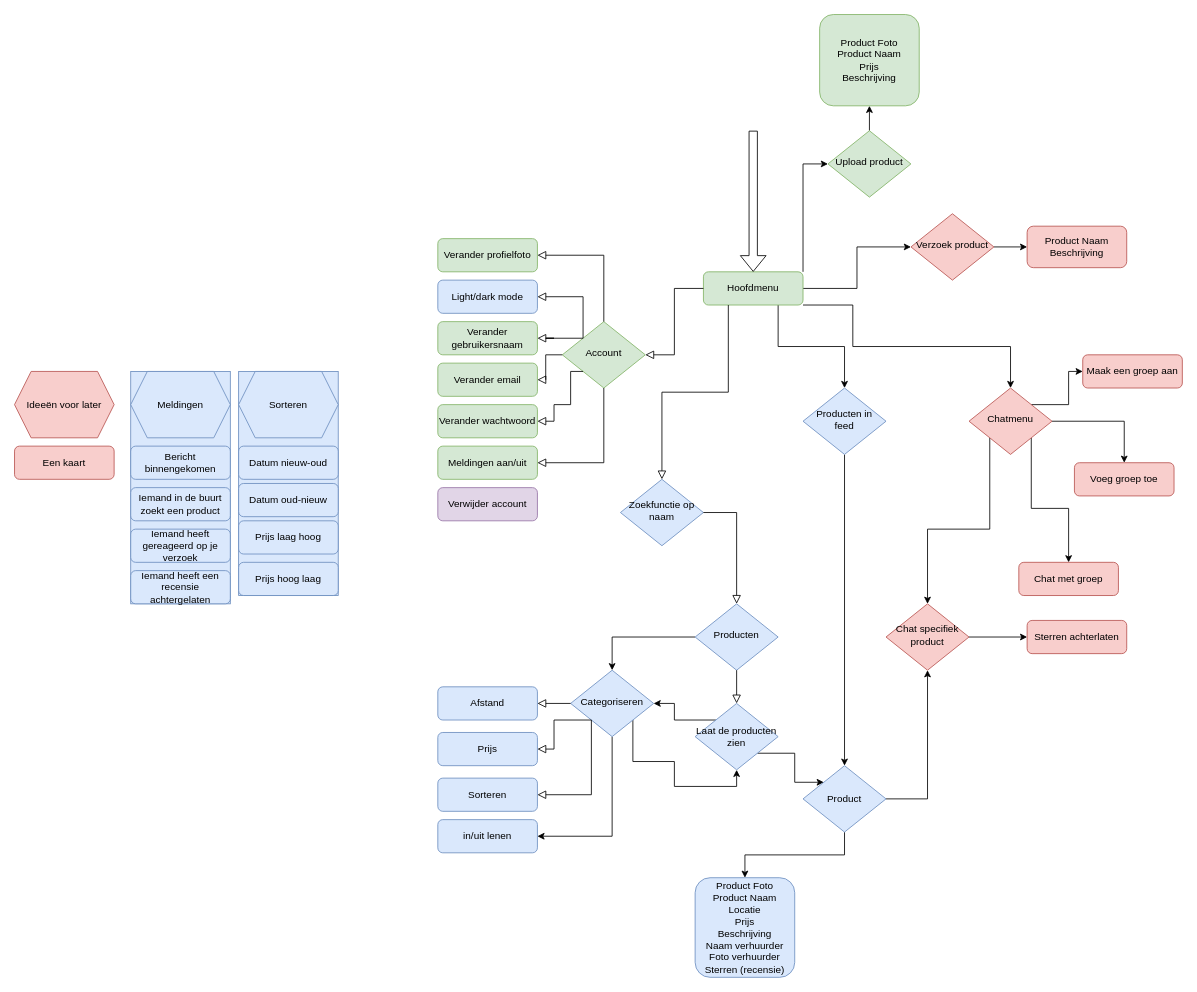
The draw.io diagram Diagram zonder titel.drawio in DevBlokJochem/ShareIT, before the edit. Source tidied: cells renumbered, new cells numbered last; positions are measured from the earlier drawing's top-left corner, leaving out a move shared by most shapes. Both pictures are drawn from the tidied source at 83%, with x=0, y=0 at pixel (14, 14).
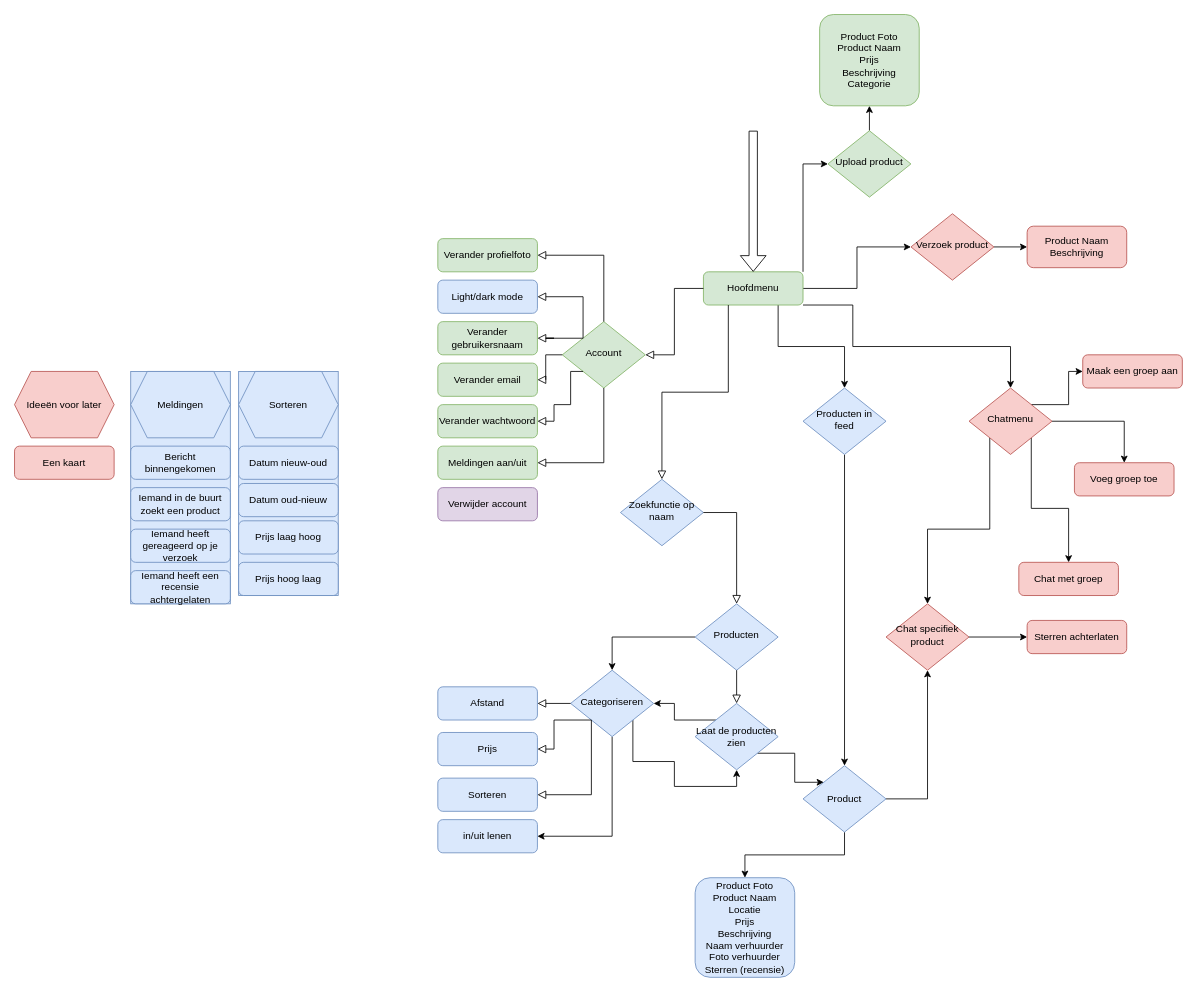
Above is the later version.

Change to the diagram source:
```diff
@@
-    <mxCell id="70" value="Product Foto&lt;br&gt;Product Naam&lt;br&gt;Prijs&lt;br&gt;Beschrijving" style="rounded=1;whiteSpace=wrap;html=1;fontSize=12;glass=0;strokeWidth=1;shadow=0;fillColor=#d5e8d4;strokeColor=#82b366;" parent="1" vertex="1">
+    <mxCell id="70" value="Product Foto&lt;br&gt;Product Naam&lt;br&gt;Prijs&lt;br&gt;Beschrijving&lt;br&gt;Categorie" style="rounded=1;whiteSpace=wrap;html=1;fontSize=12;glass=0;strokeWidth=1;shadow=0;fillColor=#d5e8d4;strokeColor=#82b366;" parent="1" vertex="1">
       <mxGeometry x="970" width="120" height="110" as="geometry" />
     </mxCell>
```
